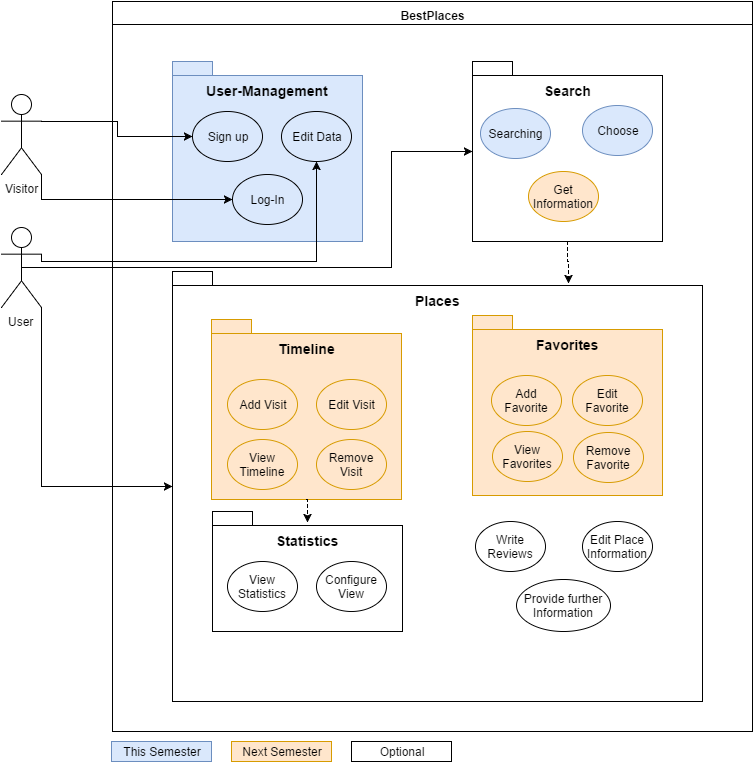
Earlier version of the draw.io export doku/GOUCD.png (anonfreak/bestplaces). Source tidied: cells renumbered, new cells last; positions are measured from the earlier drawing's top-left corner, leaving out a move shared by most shapes.
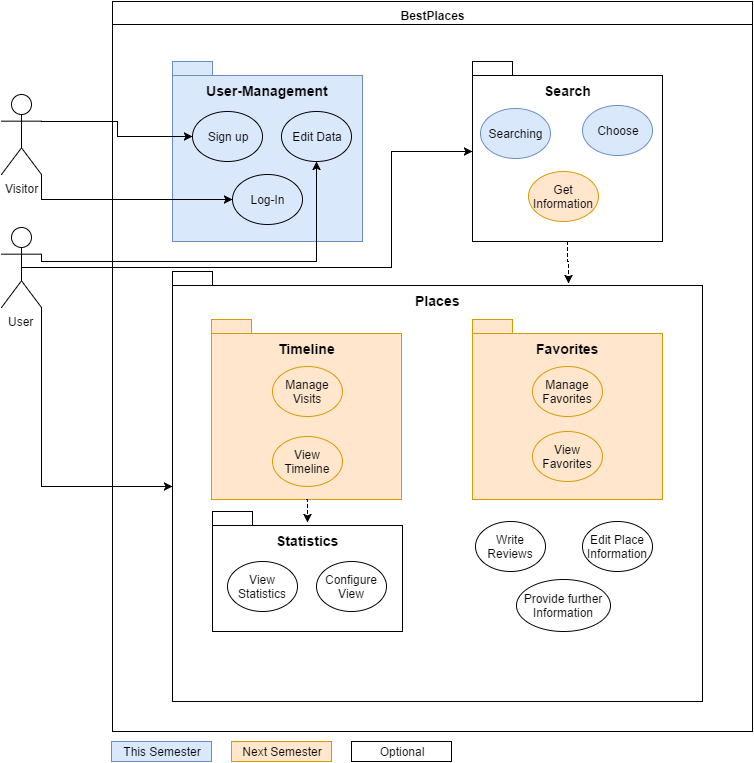
Later version of the same file.

Diff of the diagram source:
```diff
@@ -36,16 +36,13 @@
       <mxGeometry x="360" y="314" width="190" height="180" as="geometry" />
     </mxCell>
     <mxCell id="13" value="&lt;h3&gt;Favorites&lt;/h3&gt;" style="shape=folder;fontStyle=1;spacingTop=0;tabWidth=40;tabHeight=14;tabPosition=left;html=1;fillColor=#ffe6cc;verticalAlign=top;strokeColor=#d79b00;" parent="12" vertex="1">
-      <mxGeometry width="190" height="180" as="geometry" />
+      <mxGeometry y="4" width="190" height="180" as="geometry" />
     </mxCell>
-    <mxCell id="14" value="Add Favorite" style="ellipse;whiteSpace=wrap;html=1;fillColor=#ffe6cc;shadow=0;strokeColor=#d79b00;" parent="12" vertex="1">
-      <mxGeometry x="19" y="60" width="70" height="50" as="geometry" />
+    <mxCell id="14" value="Manage Favorites" style="ellipse;whiteSpace=wrap;html=1;fillColor=#ffe6cc;shadow=0;strokeColor=#d79b00;" parent="12" vertex="1">
+      <mxGeometry x="60" y="51" width="70" height="50" as="geometry" />
     </mxCell>
-    <mxCell id="15" value="Edit Favorite" style="ellipse;whiteSpace=wrap;html=1;fillColor=#ffe6cc;shadow=0;strokeColor=#d79b00;" parent="12" vertex="1">
-      <mxGeometry x="100" y="60" width="70" height="50" as="geometry" />
-    </mxCell>
     <mxCell id="16" value="View Favorites" style="ellipse;whiteSpace=wrap;html=1;fillColor=#ffe6cc;shadow=0;strokeColor=#d79b00;" parent="12" vertex="1">
-      <mxGeometry x="20" y="116" width="70" height="50" as="geometry" />
+      <mxGeometry x="60" y="116" width="70" height="50" as="geometry" />
     </mxCell>
     <mxCell id="17" value="View Statistics" style="ellipse;whiteSpace=wrap;html=1;fillColor=#ffffff;shadow=0;strokeColor=#000000;" parent="2" vertex="1">
       <mxGeometry x="115" y="560" width="70" height="50" as="geometry" />
@@ -56,18 +53,12 @@
     <mxCell id="19" value="&lt;h3&gt;Timeline&lt;/h3&gt;" style="shape=folder;fontStyle=1;spacingTop=0;tabWidth=40;tabHeight=14;tabPosition=left;html=1;fillColor=#ffe6cc;verticalAlign=top;strokeColor=#d79b00;" parent="18" vertex="1">
       <mxGeometry width="190" height="180" as="geometry" />
     </mxCell>
-    <mxCell id="20" value="Add Visit" style="ellipse;whiteSpace=wrap;html=1;fillColor=#ffe6cc;shadow=0;strokeColor=#d79b00;" parent="18" vertex="1">
-      <mxGeometry x="16" y="60" width="70" height="50" as="geometry" />
+    <mxCell id="20" value="Manage Visits" style="ellipse;whiteSpace=wrap;html=1;fillColor=#ffe6cc;shadow=0;strokeColor=#d79b00;" parent="18" vertex="1">
+      <mxGeometry x="61" y="47" width="70" height="50" as="geometry" />
     </mxCell>
-    <mxCell id="21" value="Edit Visit" style="ellipse;whiteSpace=wrap;html=1;fillColor=#ffe6cc;shadow=0;strokeColor=#d79b00;" parent="18" vertex="1">
-      <mxGeometry x="105" y="60" width="70" height="50" as="geometry" />
-    </mxCell>
     <mxCell id="22" value="View Timeline" style="ellipse;whiteSpace=wrap;html=1;fillColor=#ffe6cc;shadow=0;strokeColor=#d79b00;" parent="18" vertex="1">
-      <mxGeometry x="16" y="120" width="70" height="50" as="geometry" />
+      <mxGeometry x="61" y="117" width="70" height="50" as="geometry" />
     </mxCell>
-    <mxCell id="23" value="Remove Visit" style="ellipse;whiteSpace=wrap;html=1;fillColor=#ffe6cc;shadow=0;strokeColor=#d79b00;" parent="18" vertex="1">
-      <mxGeometry x="105" y="120" width="70" height="50" as="geometry" />
-    </mxCell>
     <mxCell id="24" value="Configure View" style="ellipse;whiteSpace=wrap;html=1;fillColor=#ffffff;shadow=0;strokeColor=#000000;" parent="2" vertex="1">
       <mxGeometry x="204" y="560" width="70" height="50" as="geometry" />
     </mxCell>
@@ -146,8 +137,5 @@
         </Array>
       </mxGeometry>
     </mxCell>
-    <mxCell id="41" value="Remove Favorite" style="ellipse;whiteSpace=wrap;html=1;fillColor=#ffe6cc;shadow=0;strokeColor=#d79b00;" parent="1" vertex="1">
-      <mxGeometry x="572" y="431" width="70" height="50" as="geometry" />
-    </mxCell>
   </root>
 </mxGraphModel>
```
